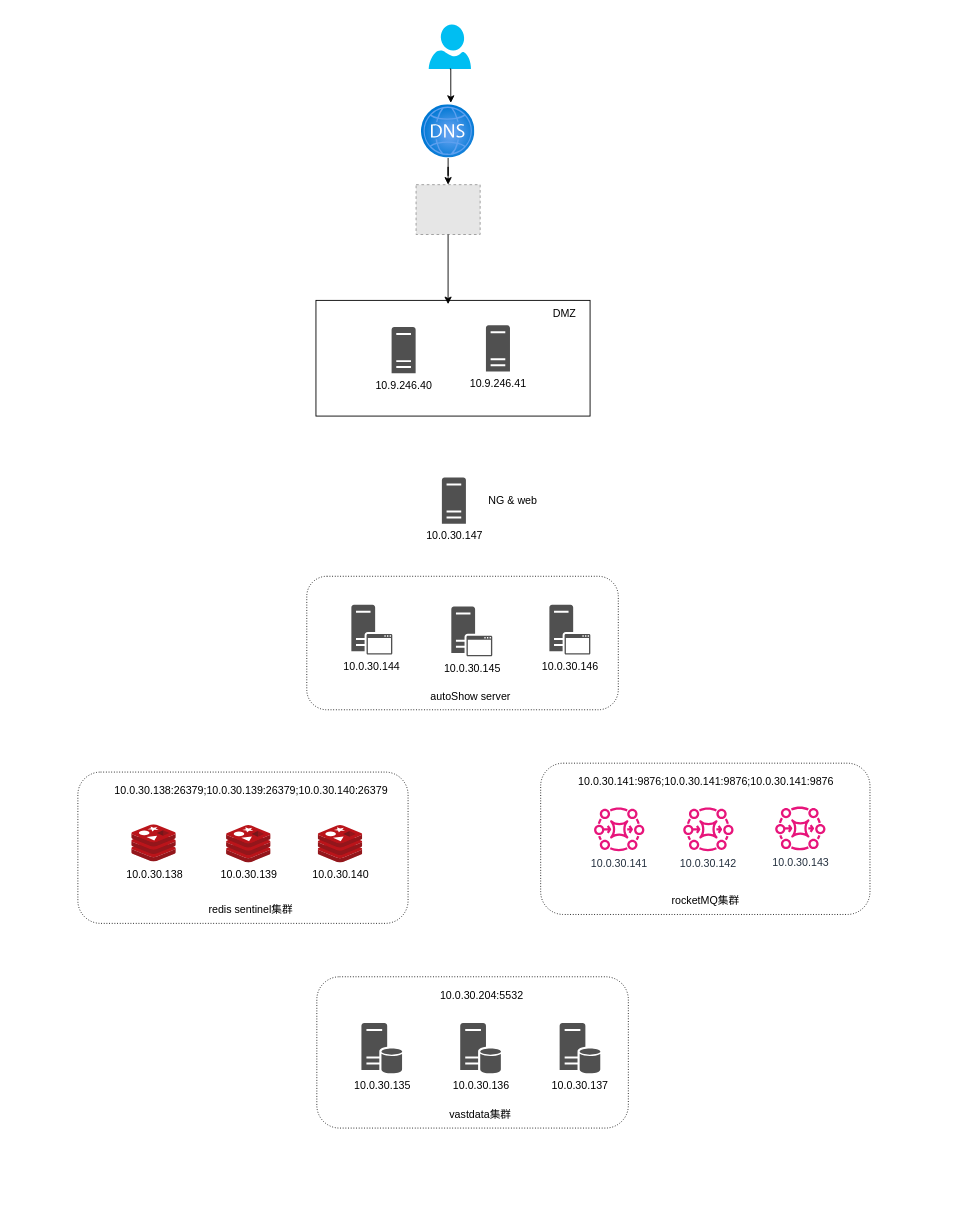
leevsee/ws-r-new-demo keeps this draw.io diagram as 未命名绘图.drawio. Above is the earlier version. Source tidied: cells renumbered, new cells numbered last; positions are measured from the earlier drawing's top-left corner, leaving out a move shared by most shapes. Both pictures are drawn from the tidied source at 89%, with x=0, y=0 at pixel (77, 24). Pictures stored in the file or linked from it are replaced by grey dashed boxes.
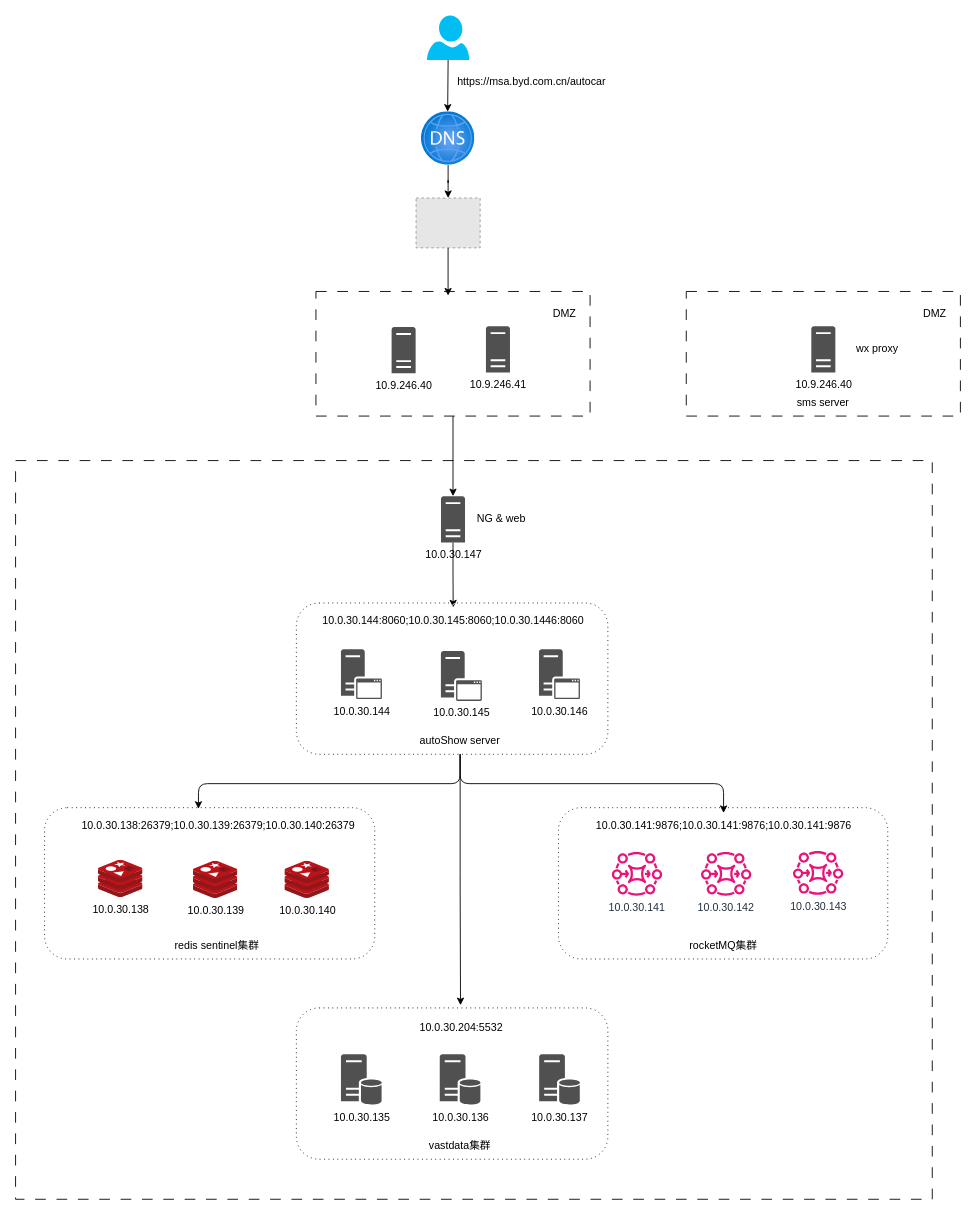
Above is the later version.

Commit message (it also covers changes not shown here):
更新未命名绘图.drawio

Unchanged cells that the change refers to:
```xml
<mxCell id="40" value="&lt;span style=&quot;text-wrap-mode: nowrap; background-color: rgb(255, 255, 255);&quot;&gt;10.0.30.138:26379;&lt;/span&gt;&lt;span style=&quot;text-wrap-mode: nowrap; background-color: rgb(255, 255, 255);&quot;&gt;10.0.30.139:26379;&lt;/span&gt;&lt;span style=&quot;text-wrap-mode: nowrap; background-color: rgb(255, 255, 255);&quot;&gt;10.0.30.140:26379&lt;/span&gt;" style="text;strokeColor=none;align=center;fillColor=none;html=1;verticalAlign=middle;whiteSpace=wrap;rounded=0;" parent="34" vertex="1">
  <mxGeometry x="30" y="6" width="330" height="30" as="geometry" />
</mxCell>
```

The edit, as a diff of the source:
```diff
@@
+    <mxCell id="41" style="whiteSpace=wrap;html=1;fillStyle=hatch;dashed=1;dashPattern=12 12;" parent="1" vertex="1">
+      <mxGeometry x="-70" y="490" width="1030" height="830" as="geometry" />
+    </mxCell>
-    <mxCell id="2" style="whiteSpace=wrap;html=1;" parent="1" vertex="1">
-      <mxGeometry x="267.5" y="310" width="308" height="130" as="geometry" />
+    <mxCell id="2" style="whiteSpace=wrap;html=1;dashed=1;dashPattern=12 12;fillStyle=hatch;" parent="1" vertex="1">
+      <mxGeometry x="267.5" y="300" width="308" height="140" as="geometry" />
     </mxCell>
+    <mxCell id="42" style="edgeStyle=orthogonalEdgeStyle;rounded=0;jettySize=auto;html=1;" parent="1" edge="1" source="2" target="8">
+      <mxGeometry relative="1" as="geometry" />
+    </mxCell>
     <mxCell id="3" style="verticalLabelPosition=bottom;html=1;verticalAlign=top;align=center;strokeColor=none;fillColor=#00BEF2;shape=mxgraph.azure.user;" parent="1" vertex="1">
-      <mxGeometry x="394.2" width="47.5" height="50" as="geometry" />
+      <mxGeometry x="392.2" y="-10" width="47.5" height="50" as="geometry" />
     </mxCell>
-    <mxCell id="4" style="edgeStyle=orthogonalEdgeStyle;rounded=0;jettySize=auto;html=1;exitX=0.5;exitY=1;exitDx=0;exitDy=0;exitPerimeter=0;entryX=0.476;entryY=-0.031;entryDx=0;entryDy=0;entryPerimeter=0;" parent="1" edge="1" source="3">
-      <mxGeometry relative="1" as="geometry">
-        <mxPoint x="419" y="88.1" as="targetPoint" />
-      </mxGeometry>
-    </mxCell>
@@
     <mxCell id="6" value="10.9.246.41" style="sketch=0;shadow=0;dashed=0;html=1;strokeColor=none;fillColor=#505050;labelPosition=center;verticalLabelPosition=bottom;verticalAlign=top;align=center;shape=mxgraph.office.servers.server_generic;" parent="1" vertex="1">
-      <mxGeometry x="458.5" y="338" width="27" height="52" as="geometry" />
+      <mxGeometry x="458.5" y="339" width="27" height="52" as="geometry" />
     </mxCell>
@@
+    <mxCell id="43" style="edgeStyle=orthogonalEdgeStyle;rounded=0;jettySize=auto;html=1;" parent="1" edge="1" source="8" target="46">
+      <mxGeometry relative="1" as="geometry" />
+    </mxCell>
     <mxCell id="8" value="10.0.30.147" style="sketch=0;shadow=0;dashed=0;html=1;strokeColor=none;fillColor=#505050;labelPosition=center;verticalLabelPosition=bottom;verticalAlign=top;outlineConnect=0;align=center;shape=mxgraph.office.servers.server_generic;" parent="1" vertex="1">
-      <mxGeometry x="409" y="509" width="27" height="52" as="geometry" />
+      <mxGeometry x="408" y="530" width="27" height="52" as="geometry" />
     </mxCell>
     <mxCell id="9" value="NG &amp;amp; web" style="text;strokeColor=none;align=center;fillColor=none;html=1;verticalAlign=middle;whiteSpace=wrap;rounded=0;" parent="1" vertex="1">
-      <mxGeometry x="458.5" y="520" width="60" height="30" as="geometry" />
+      <mxGeometry x="446" y="541" width="60" height="30" as="geometry" />
     </mxCell>
@@
     <mxCell id="11" style="image;html=1;points=[];align=center;fontSize=12;image=img/lib/azure2/networking/DNS_Zones.svg;" parent="1" vertex="1">
-      <mxGeometry x="386" y="90" width="60" height="60" as="geometry" />
+      <mxGeometry x="386" y="98" width="60" height="60" as="geometry" />
     </mxCell>
     <mxCell id="12" style="fillColor=#E6E6E6;strokeColor=#999999;dashed=1;verticalLabelPosition=bottom;labelBackgroundColor=#ffffff;verticalAlign=top;" parent="1" vertex="1">
-      <mxGeometry x="380" y="180" width="72" height="56" as="geometry" />
+      <mxGeometry x="380" y="195" width="72" height="56" as="geometry" />
     </mxCell>
@@
-    <mxCell id="14" style="group;" parent="1" vertex="1">
-      <mxGeometry x="520" y="830" width="370" height="170" as="geometry" />
-    </mxCell>
-    <mxCell id="15" style="whiteSpace=wrap;html=1;rounded=1;fillStyle=hatch;dashed=1;dashPattern=1 2;" parent="14" vertex="1">
-      <mxGeometry width="370" height="170" as="geometry" />
-    </mxCell>
-    <mxCell id="16" value="10.0.30.141" style="sketch=0;fontColor=#232F3E;gradientColor=none;fillColor=#E7157B;strokeColor=none;dashed=0;verticalLabelPosition=bottom;verticalAlign=top;align=center;html=1;fontSize=12;fontStyle=0;shape=mxgraph.aws4.mq_broker;" parent="14" vertex="1">
-      <mxGeometry x="60" y="49" width="56.5" height="50" as="geometry" />
-    </mxCell>
-    <mxCell id="17" value="10.0.30.142" style="sketch=0;fontColor=#232F3E;gradientColor=none;fillColor=#E7157B;strokeColor=none;dashed=0;verticalLabelPosition=bottom;verticalAlign=top;align=center;html=1;fontSize=12;fontStyle=0;shape=mxgraph.aws4.mq_broker;" parent="14" vertex="1">
-      <mxGeometry x="160.2" y="49" width="56.5" height="50" as="geometry" />
-    </mxCell>
-    <mxCell id="18" value="10.0.30.143" style="sketch=0;fontColor=#232F3E;gradientColor=none;fillColor=#E7157B;strokeColor=none;dashed=0;verticalLabelPosition=bottom;verticalAlign=top;align=center;html=1;fontSize=12;fontStyle=0;shape=mxgraph.aws4.mq_broker;" parent="14" vertex="1">
-      <mxGeometry x="263.5" y="48" width="56.5" height="50" as="geometry" />
-    </mxCell>
-    <mxCell id="19" value="&lt;span style=&quot;text-wrap-mode: nowrap; background-color: rgb(255, 255, 255);&quot;&gt;10.0.30.141:9876;&lt;/span&gt;&lt;span style=&quot;text-wrap-mode: nowrap; background-color: rgb(255, 255, 255);&quot;&gt;10.0.30.141:9876;&lt;/span&gt;&lt;span style=&quot;text-wrap-mode: nowrap; background-color: rgb(255, 255, 255);&quot;&gt;10.0.30.141:9876&lt;/span&gt;" style="text;strokeColor=none;align=center;fillColor=none;html=1;verticalAlign=middle;whiteSpace=wrap;rounded=0;" parent="14" vertex="1">
-      <mxGeometry x="20.5" y="6" width="330" height="30" as="geometry" />
-    </mxCell>
-    <mxCell id="20" value="rocketMQ集群" style="text;strokeColor=none;align=center;fillColor=none;html=1;verticalAlign=middle;whiteSpace=wrap;rounded=0;fontStyle=0;" parent="14" vertex="1">
-      <mxGeometry x="123.8" y="140" width="122.5" height="30" as="geometry" />
-    </mxCell>
-    <mxCell id="21" style="group;" parent="1" vertex="1">
-      <mxGeometry x="268.5" y="1070" width="350" height="170" as="geometry" />
+    <mxCell id="21" style="group;dashed=1;dashPattern=1 4;" parent="1" vertex="1">
+      <mxGeometry x="245.5" y="1105" width="350" height="170" as="geometry" />
     </mxCell>
-    <mxCell id="22" style="whiteSpace=wrap;html=1;rounded=1;fillStyle=hatch;dashed=1;dashPattern=1 2;" parent="21" vertex="1">
+    <mxCell id="22" style="whiteSpace=wrap;html=1;rounded=1;fillStyle=hatch;dashed=1;dashPattern=1 4;" parent="21" vertex="1">
       <mxGeometry width="350" height="170" as="geometry" />
     </mxCell>
@@
-    <mxCell id="28" style="group;" parent="1" vertex="1">
-      <mxGeometry x="257.2" y="620" width="350" height="150" as="geometry" />
-    </mxCell>
-    <mxCell id="29" style="whiteSpace=wrap;html=1;rounded=1;fillStyle=hatch;dashed=1;dashPattern=1 2;" parent="28" vertex="1">
-      <mxGeometry width="350" height="150" as="geometry" />
-    </mxCell>
-    <mxCell id="30" value="10.0.30.144" style="sketch=0;shadow=0;dashed=0;html=1;strokeColor=none;fillColor=#505050;labelPosition=center;verticalLabelPosition=bottom;verticalAlign=top;align=center;shape=mxgraph.office.servers.application_server;" parent="28" vertex="1">
-      <mxGeometry x="50.1" y="32" width="46" height="56" as="geometry" />
-    </mxCell>
-    <mxCell id="31" value="10.0.30.145" style="sketch=0;shadow=0;dashed=0;html=1;strokeColor=none;fillColor=#505050;labelPosition=center;verticalLabelPosition=bottom;verticalAlign=top;align=center;shape=mxgraph.office.servers.application_server;" parent="28" vertex="1">
-      <mxGeometry x="162.4" y="34" width="46" height="56" as="geometry" />
-    </mxCell>
-    <mxCell id="32" value="10.0.30.146" style="sketch=0;shadow=0;dashed=0;html=1;strokeColor=none;fillColor=#505050;labelPosition=center;verticalLabelPosition=bottom;verticalAlign=top;align=center;shape=mxgraph.office.servers.application_server;" parent="28" vertex="1">
-      <mxGeometry x="272.6" y="32" width="46" height="56" as="geometry" />
-    </mxCell>
-    <mxCell id="33" value="autoShow server" style="text;strokeColor=none;align=center;fillColor=none;html=1;verticalAlign=middle;whiteSpace=wrap;rounded=0;fontStyle=0;" parent="28" vertex="1">
-      <mxGeometry x="133.4" y="120" width="101.2" height="30" as="geometry" />
-    </mxCell>
     <mxCell id="34" style="group;" parent="1" vertex="1">
-      <mxGeometry y="840" width="371" height="170" as="geometry" />
+      <mxGeometry x="-37.4" y="880" width="371" height="170" as="geometry" />
     </mxCell>
-    <mxCell id="35" style="whiteSpace=wrap;html=1;rounded=1;fillStyle=hatch;dashed=1;dashPattern=1 2;" parent="34" vertex="1">
+    <mxCell id="35" style="whiteSpace=wrap;html=1;rounded=1;fillStyle=hatch;dashed=1;dashPattern=1 4;" parent="34" vertex="1">
       <mxGeometry width="371" height="170" as="geometry" />
     </mxCell>
@@
+    <mxCell id="44" style="group;" parent="1" vertex="1">
+      <mxGeometry x="540" y="880" width="370" height="170" as="geometry" />
+    </mxCell>
+    <mxCell id="15" style="whiteSpace=wrap;html=1;rounded=1;fillStyle=hatch;dashed=1;dashPattern=1 4;" parent="44" vertex="1">
+      <mxGeometry width="370" height="170" as="geometry" />
+    </mxCell>
+    <mxCell id="16" value="10.0.30.141" style="sketch=0;fontColor=#232F3E;gradientColor=none;fillColor=#E7157B;strokeColor=none;dashed=0;verticalLabelPosition=bottom;verticalAlign=top;align=center;html=1;fontSize=12;fontStyle=0;shape=mxgraph.aws4.mq_broker;" parent="44" vertex="1">
+      <mxGeometry x="60" y="49" width="56.5" height="50" as="geometry" />
+    </mxCell>
+    <mxCell id="17" value="10.0.30.142" style="sketch=0;fontColor=#232F3E;gradientColor=none;fillColor=#E7157B;strokeColor=none;dashed=0;verticalLabelPosition=bottom;verticalAlign=top;align=center;html=1;fontSize=12;fontStyle=0;shape=mxgraph.aws4.mq_broker;" parent="44" vertex="1">
+      <mxGeometry x="160.2" y="49" width="56.5" height="50" as="geometry" />
+    </mxCell>
+    <mxCell id="18" value="10.0.30.143" style="sketch=0;fontColor=#232F3E;gradientColor=none;fillColor=#E7157B;strokeColor=none;dashed=0;verticalLabelPosition=bottom;verticalAlign=top;align=center;html=1;fontSize=12;fontStyle=0;shape=mxgraph.aws4.mq_broker;" parent="44" vertex="1">
+      <mxGeometry x="263.5" y="48" width="56.5" height="50" as="geometry" />
+    </mxCell>
+    <mxCell id="19" value="&lt;span style=&quot;text-wrap-mode: nowrap; background-color: rgb(255, 255, 255);&quot;&gt;10.0.30.141:9876;&lt;/span&gt;&lt;span style=&quot;text-wrap-mode: nowrap; background-color: rgb(255, 255, 255);&quot;&gt;10.0.30.141:9876;&lt;/span&gt;&lt;span style=&quot;text-wrap-mode: nowrap; background-color: rgb(255, 255, 255);&quot;&gt;10.0.30.141:9876&lt;/span&gt;" style="text;strokeColor=none;align=center;fillColor=none;html=1;verticalAlign=middle;whiteSpace=wrap;rounded=0;" parent="44" vertex="1">
+      <mxGeometry x="20.5" y="6" width="330" height="30" as="geometry" />
+    </mxCell>
+    <mxCell id="20" value="rocketMQ集群" style="text;strokeColor=none;align=center;fillColor=none;html=1;verticalAlign=middle;whiteSpace=wrap;rounded=0;fontStyle=0;" parent="44" vertex="1">
+      <mxGeometry x="123.8" y="140" width="122.5" height="30" as="geometry" />
+    </mxCell>
+    <mxCell id="45" style="group;" parent="1" vertex="1">
+      <mxGeometry x="245.5" y="650" width="350" height="170" as="geometry" />
+    </mxCell>
+    <mxCell id="29" style="whiteSpace=wrap;html=1;rounded=1;fillStyle=hatch;dashed=1;dashPattern=1 4;" parent="45" vertex="1">
+      <mxGeometry width="350" height="170" as="geometry" />
+    </mxCell>
+    <mxCell id="30" value="10.0.30.144" style="sketch=0;shadow=0;dashed=0;html=1;strokeColor=none;fillColor=#505050;labelPosition=center;verticalLabelPosition=bottom;verticalAlign=top;align=center;shape=mxgraph.office.servers.application_server;" parent="45" vertex="1">
+      <mxGeometry x="50.1" y="52" width="46" height="56" as="geometry" />
+    </mxCell>
+    <mxCell id="31" value="10.0.30.145" style="sketch=0;shadow=0;dashed=0;html=1;strokeColor=none;fillColor=#505050;labelPosition=center;verticalLabelPosition=bottom;verticalAlign=top;align=center;shape=mxgraph.office.servers.application_server;" parent="45" vertex="1">
+      <mxGeometry x="162.4" y="54" width="46" height="56" as="geometry" />
+    </mxCell>
+    <mxCell id="32" value="10.0.30.146" style="sketch=0;shadow=0;dashed=0;html=1;strokeColor=none;fillColor=#505050;labelPosition=center;verticalLabelPosition=bottom;verticalAlign=top;align=center;shape=mxgraph.office.servers.application_server;" parent="45" vertex="1">
+      <mxGeometry x="272.6" y="52" width="46" height="56" as="geometry" />
+    </mxCell>
+    <mxCell id="33" value="autoShow server" style="text;strokeColor=none;align=center;fillColor=none;html=1;verticalAlign=middle;whiteSpace=wrap;rounded=0;fontStyle=0;" parent="45" vertex="1">
+      <mxGeometry x="133.4" y="140" width="101.2" height="30" as="geometry" />
+    </mxCell>
+    <mxCell id="46" value="&lt;span style=&quot;text-wrap-mode: nowrap; background-color: rgb(255, 255, 255);&quot;&gt;&lt;span style=&quot;background-color: rgb(251, 251, 251);&quot;&gt;10.0.30.144&lt;/span&gt;:8060;&lt;/span&gt;&lt;span style=&quot;text-wrap-mode: nowrap; background-color: rgb(255, 255, 255);&quot;&gt;&lt;span style=&quot;background-color: rgb(251, 251, 251);&quot;&gt;10.0.30.145&lt;/span&gt;:8060;&lt;/span&gt;&lt;span style=&quot;text-wrap-mode: nowrap; background-color: rgb(255, 255, 255);&quot;&gt;&lt;span style=&quot;background-color: rgb(251, 251, 251);&quot;&gt;10.0.30.1446&lt;/span&gt;:8060&lt;/span&gt;" style="text;strokeColor=none;align=center;fillColor=none;html=1;verticalAlign=middle;whiteSpace=wrap;rounded=0;" parent="45" vertex="1">
+      <mxGeometry x="11.2" y="5" width="330" height="30" as="geometry" />
+    </mxCell>
+    <mxCell id="47" style="edgeStyle=orthogonalEdgeStyle;rounded=1;jettySize=auto;html=1;exitX=0.5;exitY=1;exitDx=0;exitDy=0;entryX=0.433;entryY=-0.156;entryDx=0;entryDy=0;entryPerimeter=0;curved=0;" parent="1" edge="1" source="33" target="40">
+      <mxGeometry relative="1" as="geometry" />
+    </mxCell>
+    <mxCell id="48" style="edgeStyle=orthogonalEdgeStyle;rounded=1;jettySize=auto;html=1;exitX=0.5;exitY=1;exitDx=0;exitDy=0;curved=0;" parent="1" edge="1" source="33" target="19">
+      <mxGeometry relative="1" as="geometry" />
+    </mxCell>
+    <mxCell id="49" style="edgeStyle=orthogonalEdgeStyle;rounded=1;jettySize=auto;html=1;exitX=0.5;exitY=1;exitDx=0;exitDy=0;entryX=0.527;entryY=-0.018;entryDx=0;entryDy=0;entryPerimeter=0;curved=0;" parent="1" edge="1" source="33" target="22">
+      <mxGeometry relative="1" as="geometry" />
+    </mxCell>
+    <mxCell id="50" style="whiteSpace=wrap;html=1;dashed=1;dashPattern=12 12;fillStyle=hatch;" parent="1" vertex="1">
+      <mxGeometry x="683.6" y="300" width="308" height="140" as="geometry" />
+    </mxCell>
+    <mxCell id="51" value="10.9.246.40" style="sketch=0;shadow=0;dashed=0;html=1;strokeColor=none;fillColor=#505050;labelPosition=center;verticalLabelPosition=bottom;verticalAlign=top;align=center;shape=mxgraph.office.servers.server_generic;" parent="1" vertex="1">
+      <mxGeometry x="824.1" y="339" width="27" height="52" as="geometry" />
+    </mxCell>
+    <mxCell id="52" value="DMZ" style="text;strokeColor=none;align=center;fillColor=none;html=1;verticalAlign=middle;whiteSpace=wrap;rounded=0;" parent="1" vertex="1">
+      <mxGeometry x="932.6" y="310" width="60" height="30" as="geometry" />
+    </mxCell>
+    <mxCell id="53" value="https://msa.byd.com.cn/autocar" style="text;strokeColor=none;align=center;fillColor=none;html=1;verticalAlign=middle;whiteSpace=wrap;rounded=0;" parent="1" vertex="1">
+      <mxGeometry x="480" y="50" width="60" height="30" as="geometry" />
+    </mxCell>
+    <mxCell id="54" style="edgeStyle=none;orthogonalLoop=1;jettySize=auto;html=1;rounded=0;" parent="1" edge="1">
+      <mxGeometry relative="1" as="geometry">
+        <mxPoint x="416" y="40" as="sourcePoint" />
+        <mxPoint x="415.5" y="98" as="targetPoint" />
+      </mxGeometry>
+    </mxCell>
+    <mxCell id="55" value="sms server" style="text;strokeColor=none;align=center;fillColor=none;html=1;verticalAlign=middle;whiteSpace=wrap;rounded=0;fontStyle=0;" parent="1" vertex="1">
+      <mxGeometry x="787" y="410" width="101.2" height="30" as="geometry" />
+    </mxCell>
+    <mxCell id="56" value="wx proxy" style="text;strokeColor=none;align=center;fillColor=none;html=1;verticalAlign=middle;whiteSpace=wrap;rounded=0;" parent="1" vertex="1">
+      <mxGeometry x="865.1" y="350" width="67.4" height="30" as="geometry" />
+    </mxCell>
```
